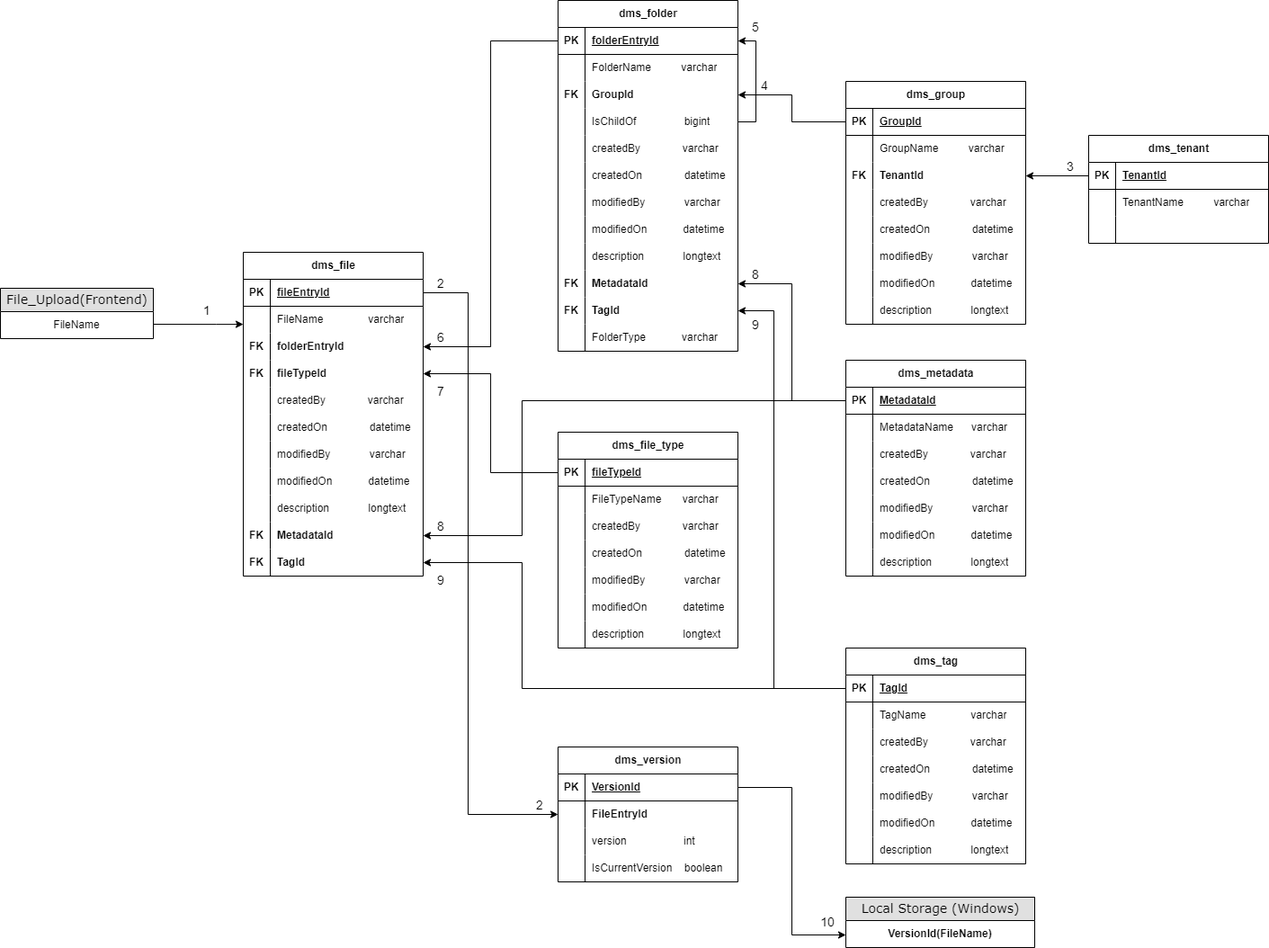
This is Upload-NxtGen.drawio.png from SandeepGowda7/Drawio, a draw.io export, as it was before one commit. Source tidied: cells renumbered, new cells last; positions are measured from the earlier drawing's top-left corner, leaving out a move shared by most shapes.
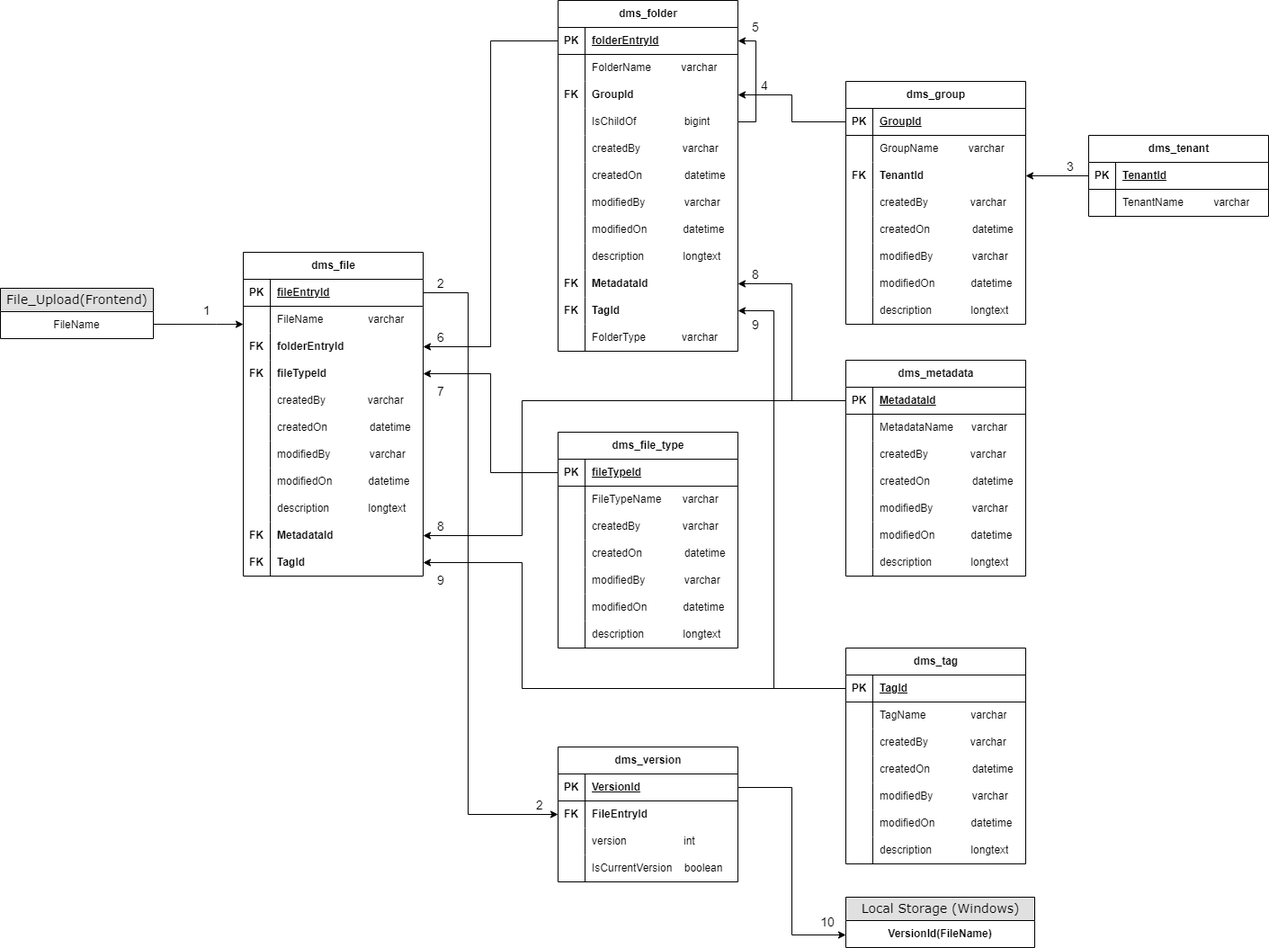
Later version of the same file.

The edit, as a diff of the source:
```diff
@@ -301,7 +301,7 @@
       <mxGeometry relative="1" as="geometry" />
     </mxCell>
     <mxCell id="98" value="dms_tenant" style="shape=table;startSize=30;rowLines=0;fontStyle=1;align=center;html=1;" parent="1" vertex="1">
-      <mxGeometry x="1210" y="150" width="200" height="120" as="geometry" />
+      <mxGeometry x="1210" y="150" width="200" height="90" as="geometry" />
     </mxCell>
     <mxCell id="99" style="shape=tableRow;horizontal=0;startSize=0;swimlaneHead=0;swimlaneBody=0;fillColor=none;points=[[0,0.5],[1,0.5]];portConstraint=eastwest;top=0;left=0;right=0;bottom=1;" parent="98" vertex="1">
       <mxGeometry y="30" width="200" height="30" as="geometry" />
@@ -321,15 +321,6 @@
     <mxCell id="104" value="TenantName&amp;nbsp; &amp;nbsp; &amp;nbsp; &amp;nbsp; &amp;nbsp; varchar" style="shape=partialRectangle;fillColor=none;top=0;left=0;bottom=0;right=0;align=left;spacingLeft=6;overflow=hidden;whiteSpace=wrap;html=1;" parent="102" vertex="1">
       <mxGeometry x="30" width="170" height="30" as="geometry" />
     </mxCell>
-    <mxCell id="105" style="shape=tableRow;horizontal=0;startSize=0;swimlaneHead=0;swimlaneBody=0;fillColor=none;top=0;left=0;right=0;bottom=0;" parent="98" vertex="1">
-      <mxGeometry y="90" width="200" height="30" as="geometry" />
-    </mxCell>
-    <mxCell id="106" style="shape=partialRectangle;fillColor=none;top=0;left=0;bottom=0;right=0;overflow=hidden;whiteSpace=wrap;html=1;" parent="105" vertex="1">
-      <mxGeometry width="30" height="30" as="geometry" />
-    </mxCell>
-    <mxCell id="107" style="shape=partialRectangle;fillColor=none;top=0;left=0;bottom=0;right=0;align=left;spacingLeft=6;overflow=hidden;whiteSpace=wrap;html=1;" parent="105" vertex="1">
-      <mxGeometry x="30" width="170" height="30" as="geometry" />
-    </mxCell>
     <mxCell id="108" value="dms_folder" style="shape=table;startSize=30;rowLines=0;fontStyle=1;align=center;html=1;" parent="1" vertex="1">
       <mxGeometry x="620" width="200" height="390" as="geometry" />
     </mxCell>
@@ -456,7 +447,7 @@
     <mxCell id="149" style="shape=tableRow;horizontal=0;startSize=0;swimlaneHead=0;swimlaneBody=0;fillColor=none;points=[[0,0.5],[1,0.5]];portConstraint=eastwest;top=0;left=0;right=0;bottom=0;" parent="145" vertex="1">
       <mxGeometry y="60" width="200" height="30" as="geometry" />
     </mxCell>
-    <mxCell id="150" style="shape=partialRectangle;fillColor=none;top=0;left=0;bottom=0;right=0;overflow=hidden;whiteSpace=wrap;html=1;" parent="149" vertex="1">
+    <mxCell id="150" value="&lt;b&gt;FK&lt;/b&gt;" style="shape=partialRectangle;fillColor=none;top=0;left=0;bottom=0;right=0;overflow=hidden;whiteSpace=wrap;html=1;" parent="149" vertex="1">
       <mxGeometry width="30" height="30" as="geometry" />
     </mxCell>
     <mxCell id="151" value="&lt;b&gt;FileEntryId&amp;nbsp; &amp;nbsp; &amp;nbsp; &amp;nbsp; &amp;nbsp; &amp;nbsp; &amp;nbsp;&lt;/b&gt;" style="shape=partialRectangle;fillColor=none;top=0;left=0;bottom=0;right=0;align=left;spacingLeft=6;overflow=hidden;whiteSpace=wrap;html=1;" parent="149" vertex="1">
```
